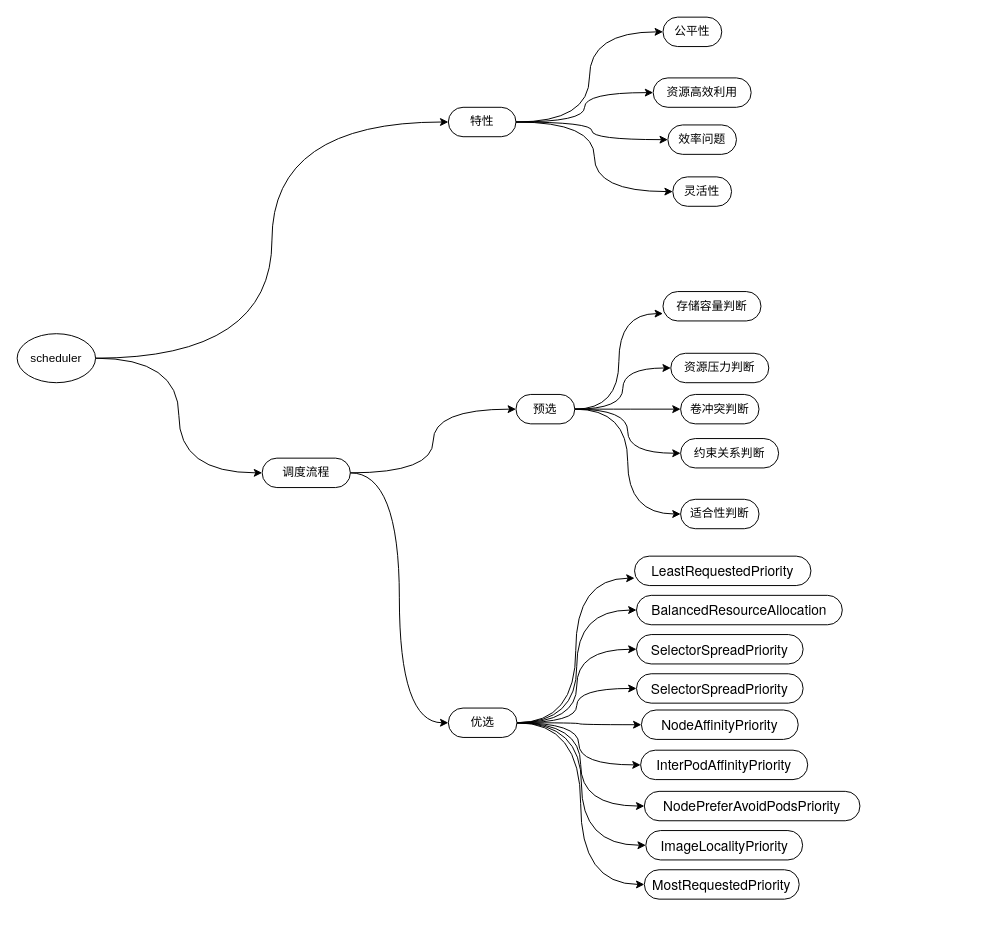
The draw.io diagram 未命名绘图.drawio in tengxiao/zabbix-report, before the edit. Source tidied: cells renumbered, new cells numbered last; positions are measured from the earlier drawing's top-left corner, leaving out a move shared by most shapes. Both pictures are drawn from the tidied source at 98%, with x=0, y=0 at pixel (17, 17).
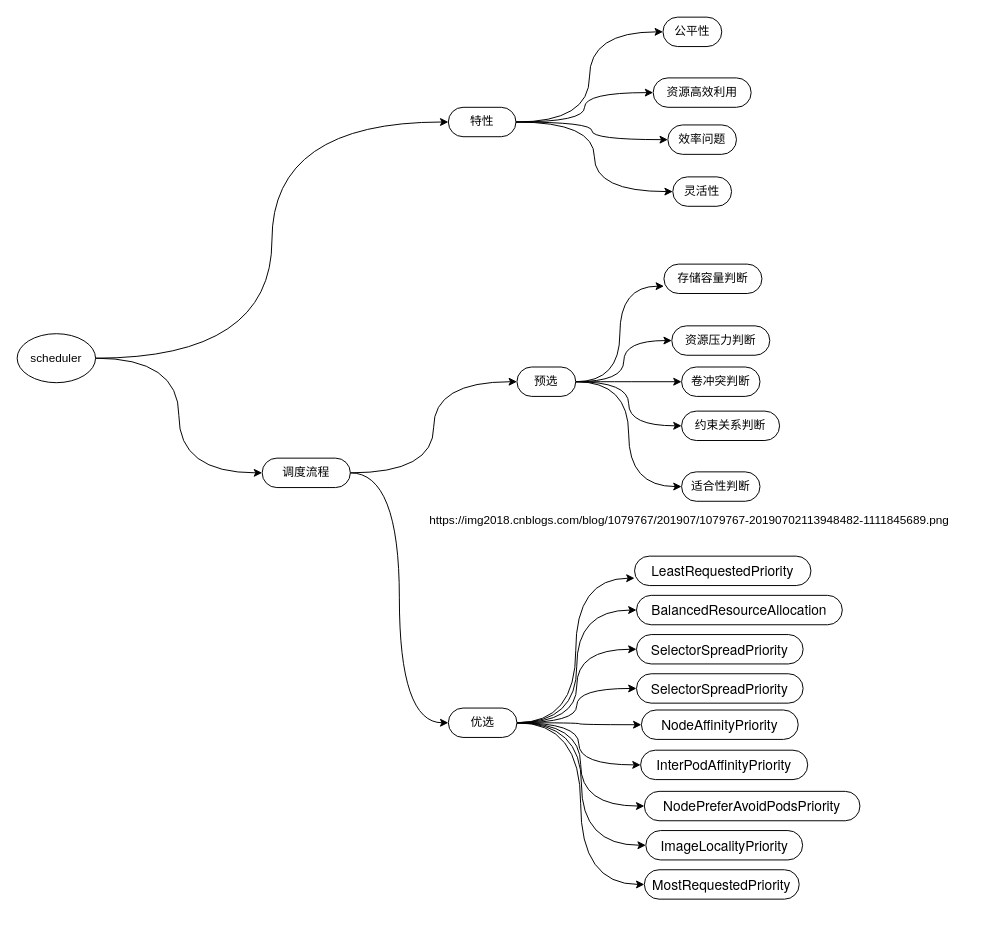
The same page after the edit.

Commit message (it also covers changes not shown here):
更新未命名绘图.drawio

What changed in the source:
```diff
@@
     <mxCell id="22" value="预选" style="whiteSpace=wrap;html=1;rounded=1;arcSize=50;align=center;verticalAlign=middle;strokeWidth=1;spacing=4;" parent="1" vertex="1">
-      <mxGeometry x="509" y="385" width="60" height="30" as="geometry" />
+      <mxGeometry x="510" y="357" width="60" height="30" as="geometry" />
     </mxCell>
@@
     <mxCell id="33" value="存储容量判断" style="whiteSpace=wrap;html=1;rounded=1;arcSize=50;align=center;verticalAlign=middle;strokeWidth=1;spacing=4;" parent="1" vertex="1">
-      <mxGeometry x="659" y="280" width="100" height="30" as="geometry" />
+      <mxGeometry x="660" y="252" width="100" height="30" as="geometry" />
     </mxCell>
     <mxCell id="34" value="资源压力判断" style="whiteSpace=wrap;html=1;rounded=1;arcSize=50;align=center;verticalAlign=middle;strokeWidth=1;spacing=4;" parent="1" vertex="1">
-      <mxGeometry x="667" y="343" width="100" height="30" as="geometry" />
+      <mxGeometry x="668" y="315" width="100" height="30" as="geometry" />
     </mxCell>
     <mxCell id="35" value="卷冲突判断" style="whiteSpace=wrap;html=1;rounded=1;arcSize=50;align=center;verticalAlign=middle;strokeWidth=1;spacing=4;" parent="1" vertex="1">
-      <mxGeometry x="677" y="385" width="80" height="30" as="geometry" />
+      <mxGeometry x="678" y="357" width="80" height="30" as="geometry" />
     </mxCell>
     <mxCell id="36" value="约束关系判断" style="whiteSpace=wrap;html=1;rounded=1;arcSize=50;align=center;verticalAlign=middle;strokeWidth=1;spacing=4;" parent="1" vertex="1">
-      <mxGeometry x="677" y="430" width="100" height="30" as="geometry" />
+      <mxGeometry x="678" y="402" width="100" height="30" as="geometry" />
     </mxCell>
     <mxCell id="37" value="适合性判断" style="whiteSpace=wrap;html=1;rounded=1;arcSize=50;align=center;verticalAlign=middle;strokeWidth=1;spacing=4;" parent="1" vertex="1">
-      <mxGeometry x="677" y="492" width="80" height="30" as="geometry" />
+      <mxGeometry x="678" y="464" width="80" height="30" as="geometry" />
     </mxCell>
@@
+    <mxCell id="47" value="https://img2018.cnblogs.com/blog/1079767/201907/1079767-20190702113948482-1111845689.png" style="text;html=1;" parent="1" vertex="1">
+      <mxGeometry x="419" y="500" width="550" height="20" as="geometry" />
+    </mxCell>
```
